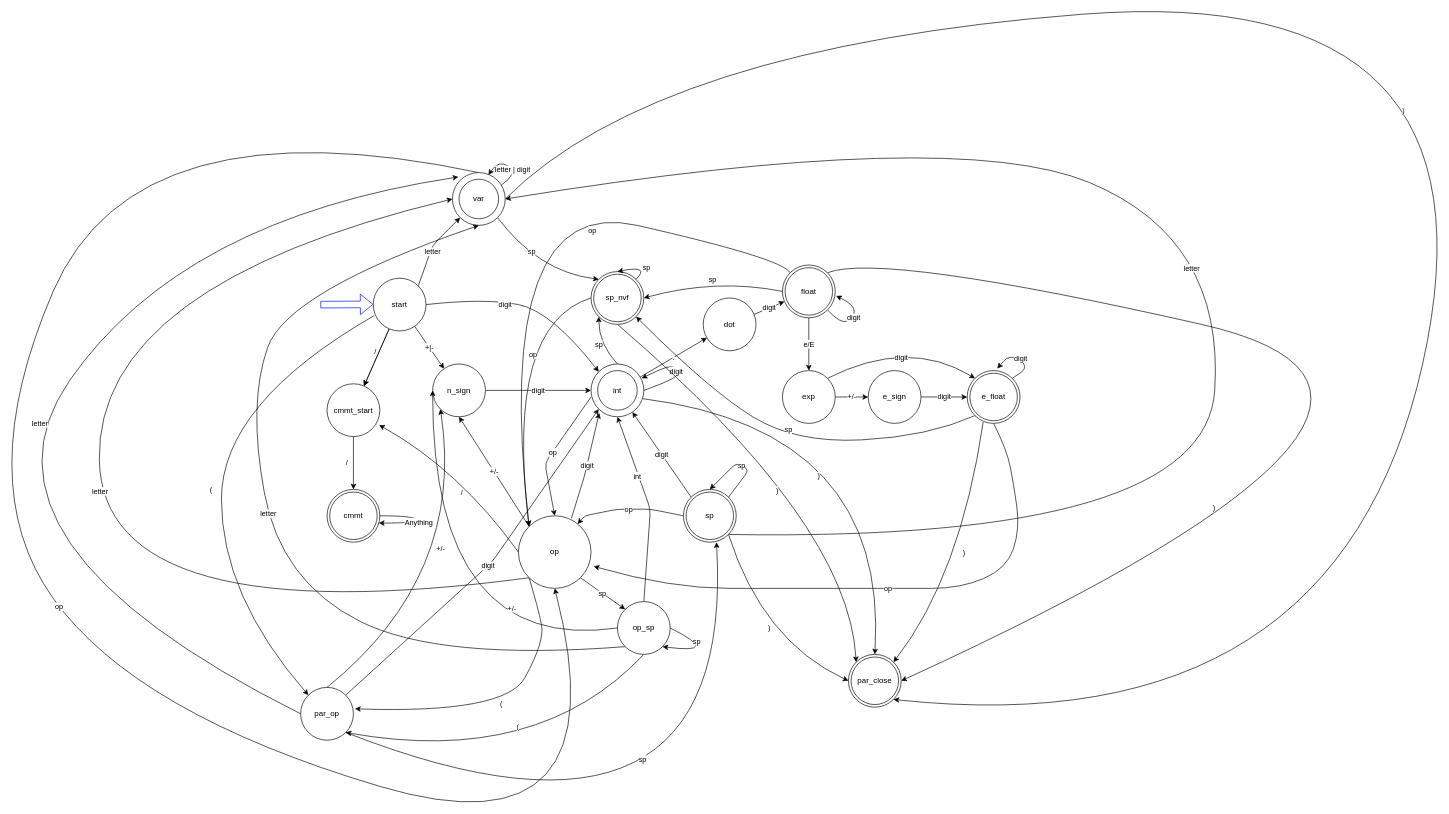
Before: actividad_dfa/ejercicio.drawio in Chava27/TC2037_Implementacion_Metodos_Computacionales, a draw.io diagram. Source tidied: cells renumbered, new cells numbered last; positions are measured from the earlier drawing's top-left corner, leaving out a move shared by most shapes. Both pictures are drawn from the tidied source at 66%, with x=0, y=0 at pixel (-43, -19).
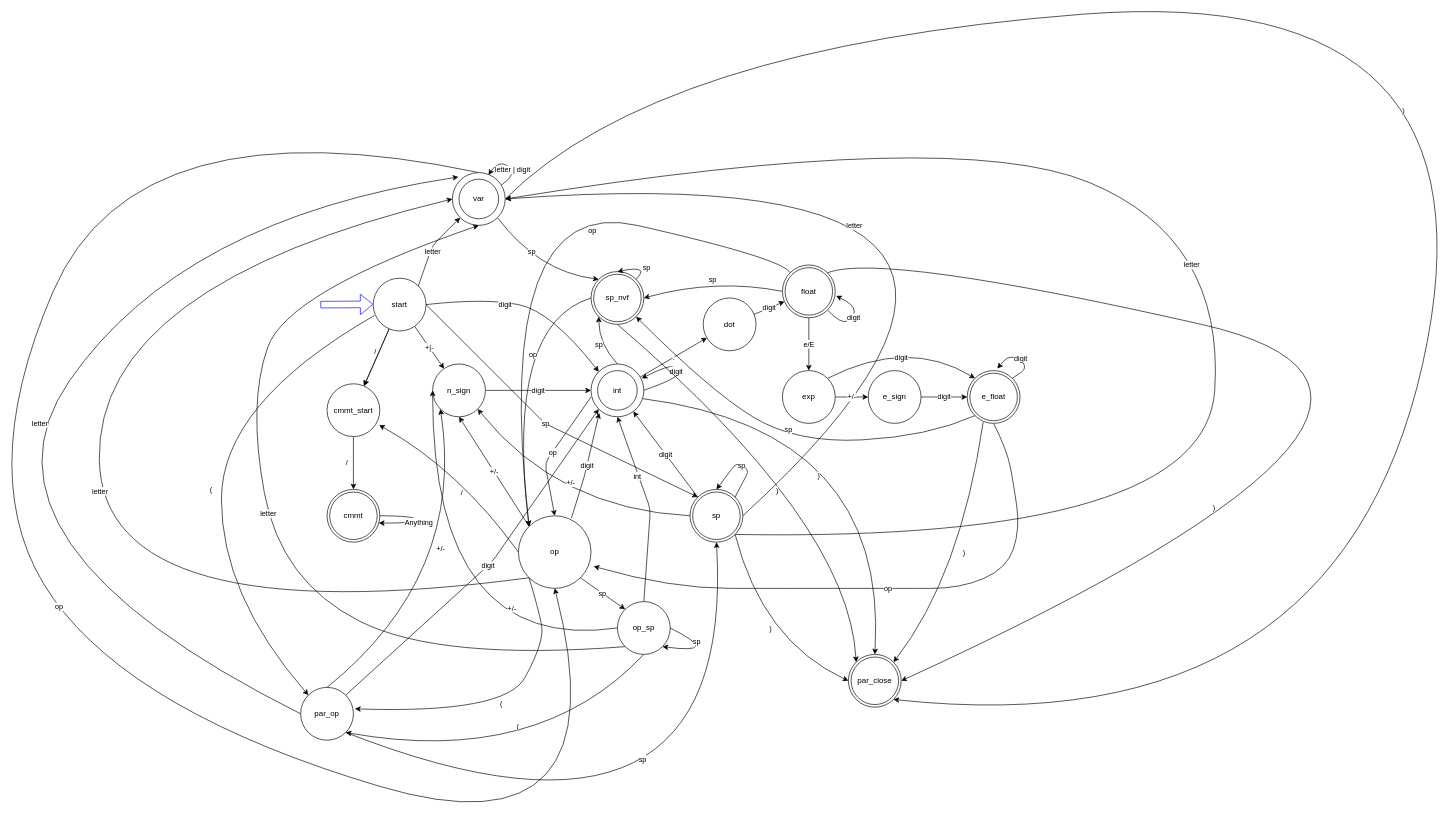
The same page after the edit.

The change refers to these unchanged cells:
```xml
<mxCell id="6" value="start" style="ellipse;whiteSpace=wrap;html=1;" parent="1" vertex="1">
  <mxGeometry x="630" y="450" width="80" height="80" as="geometry" />
</mxCell>
<mxCell id="10" style="ellipse;whiteSpace=wrap;html=1;" parent="1" vertex="1">
  <mxGeometry x="750" y="290" width="80" height="80" as="geometry" />
</mxCell>
<mxCell id="32" value="op" style="ellipse;whiteSpace=wrap;html=1;" parent="1" vertex="1">
  <mxGeometry x="850" y="810" width="110" height="110" as="geometry" />
</mxCell>
<mxCell id="39" value="n_sign" style="ellipse;whiteSpace=wrap;html=1;" parent="1" vertex="1">
  <mxGeometry x="720" y="580" width="80" height="80" as="geometry" />
</mxCell>
```

What changed in the source:
```diff
@@
+    <mxCell id="80" value="sp" style="edgeStyle=none;html=1;exitX=1;exitY=0.5;exitDx=0;exitDy=0;entryX=0;entryY=0;entryDx=0;entryDy=0;" parent="1" edge="1" source="6" target="44">
+      <mxGeometry relative="1" as="geometry">
+        <Array as="points">
+          <mxPoint x="890" y="670" />
+        </Array>
+      </mxGeometry>
+    </mxCell>
@@
-    <mxCell id="40" value="op" style="edgeStyle=none;html=1;exitX=0;exitY=0.5;exitDx=0;exitDy=0;" parent="1" edge="1" source="44" target="32">
-      <mxGeometry relative="1" as="geometry">
-        <Array as="points">
-          <mxPoint x="1050" y="800" />
-          <mxPoint x="1000" y="800" />
-          <mxPoint x="950" y="810" />
-        </Array>
-      </mxGeometry>
-    </mxCell>
@@
+    <mxCell id="81" value="letter" style="edgeStyle=none;html=1;exitX=1;exitY=0.5;exitDx=0;exitDy=0;entryX=1;entryY=0.5;entryDx=0;entryDy=0;curved=1;" parent="1" edge="1" source="44" target="10">
+      <mxGeometry x="0.41" y="78" relative="1" as="geometry">
+        <Array as="points">
+          <mxPoint x="1790" y="260" />
+        </Array>
+      </mxGeometry>
+    </mxCell>
+    <mxCell id="82" value="+/-" style="edgeStyle=none;curved=1;html=1;exitX=0;exitY=0.5;exitDx=0;exitDy=0;entryX=1;entryY=1;entryDx=0;entryDy=0;" parent="1" edge="1" source="44" target="39">
+      <mxGeometry x="0.11" y="-41" relative="1" as="geometry">
+        <Array as="points">
+          <mxPoint x="910" y="800" />
+        </Array>
+        <mxPoint x="-1" as="offset" />
+      </mxGeometry>
+    </mxCell>
     <mxCell id="44" value="sp" style="ellipse;shape=doubleEllipse;whiteSpace=wrap;html=1;" parent="1" vertex="1">
-      <mxGeometry x="1100" y="770" width="80" height="80" as="geometry" />
+      <mxGeometry x="1110" y="770" width="80" height="80" as="geometry" />
     </mxCell>
```
